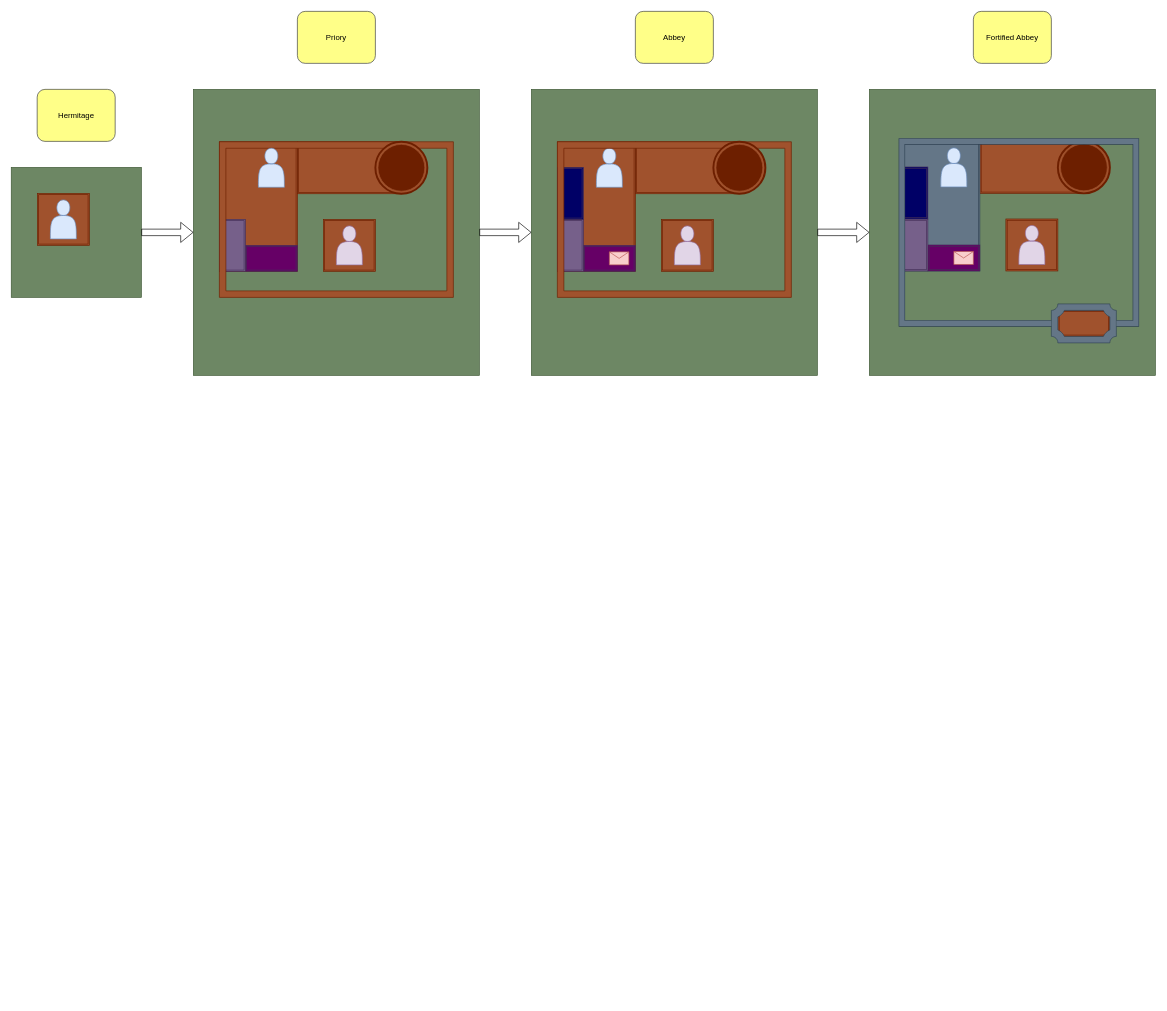
The draw.io diagram page "Monastic" (2 of 5) of manual/castle_design/fortifications.drawio in WiebedeBoer/middle3D, before the edit. Source tidied: cells renumbered, new cells numbered last; positions are measured from the earlier drawing's top-left corner, leaving out a move shared by most shapes. Both pictures are drawn from the tidied source at 65%, with x=0, y=0 at pixel (11, 11).
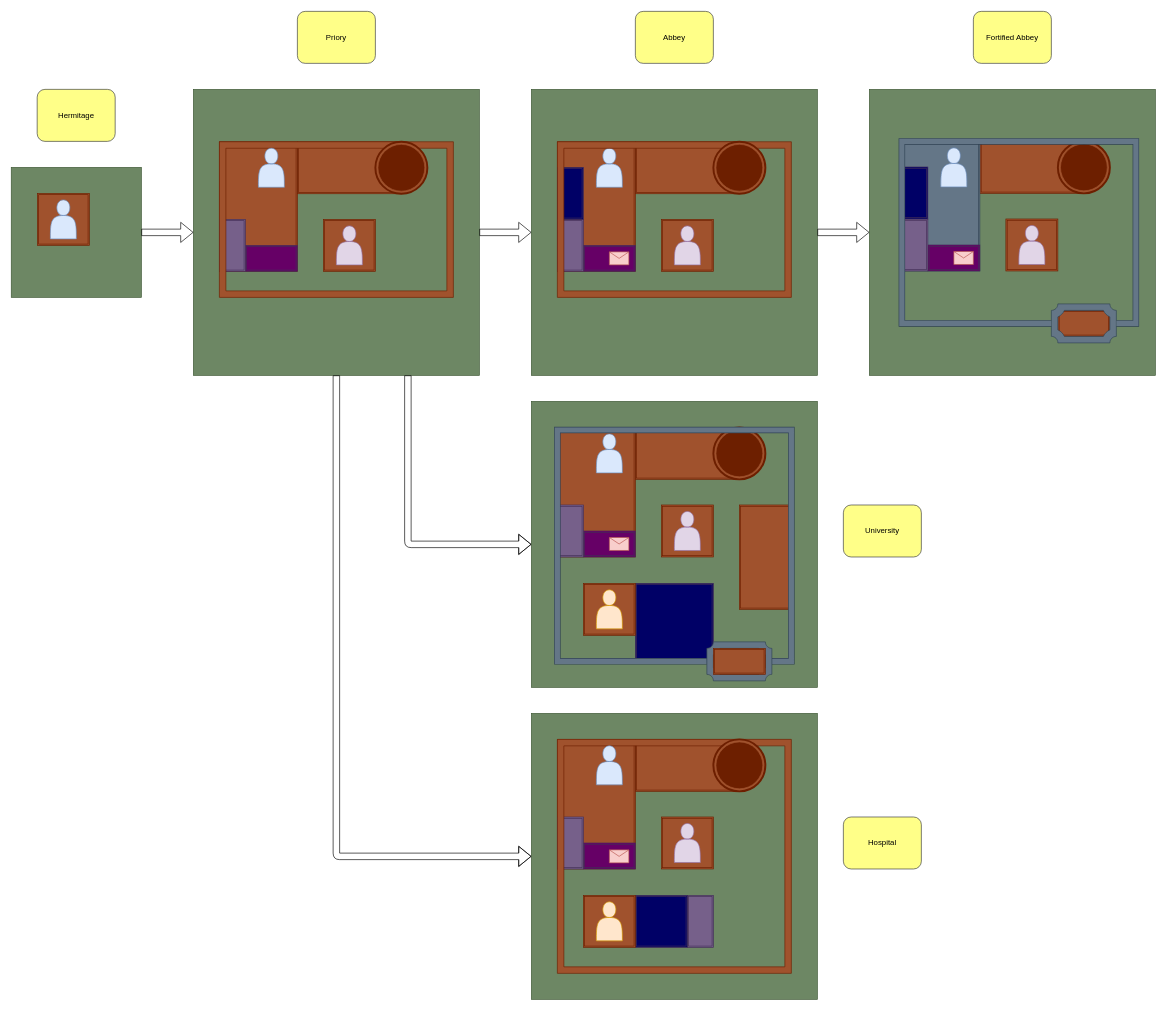
After the change.

The change refers to these unchanged cells:
```xml
<mxCell id="11" style="rounded=0;whiteSpace=wrap;html=1;fillColor=#6d8764;strokeColor=#3A5431;fontColor=#ffffff;" parent="1" vertex="1">
  <mxGeometry x="280" y="120" width="440" height="440" as="geometry" />
</mxCell>
```

Change to the diagram source:
```diff
@@
+    <mxCell id="48" style="rounded=0;whiteSpace=wrap;html=1;fillColor=#6d8764;strokeColor=#3A5431;fontColor=#ffffff;" parent="1" vertex="1">
+      <mxGeometry x="800" y="600" width="440" height="440" as="geometry" />
+    </mxCell>
+    <mxCell id="49" style="shape=ext;double=1;rounded=0;whiteSpace=wrap;html=1;fillColor=#a0522d;strokeColor=#6D1F00;fontColor=#ffffff;" parent="1" vertex="1">
+      <mxGeometry x="1120" y="759.4" width="80" height="160.6" as="geometry" />
+    </mxCell>
+    <mxCell id="50" style="shape=ext;double=1;rounded=0;whiteSpace=wrap;html=1;fillColor=#000066;strokeColor=#432D57;fontColor=#ffffff;" parent="1" vertex="1">
+      <mxGeometry x="960" y="880" width="120" height="120" as="geometry" />
+    </mxCell>
@@
+    <mxCell id="51" style="shape=ext;double=1;rounded=0;whiteSpace=wrap;html=1;fillColor=#a0522d;strokeColor=#6D1F00;fontColor=#ffffff;" parent="1" vertex="1">
+      <mxGeometry x="960" y="640" width="160" height="80" as="geometry" />
+    </mxCell>
+    <mxCell id="52" style="shape=ext;double=1;rounded=0;whiteSpace=wrap;html=1;fillColor=#a0522d;strokeColor=#6D1F00;fontColor=#ffffff;" parent="1" vertex="1">
+      <mxGeometry x="1000" y="759.4" width="80" height="80" as="geometry" />
+    </mxCell>
+    <mxCell id="53" style="shape=ext;double=1;rounded=0;whiteSpace=wrap;html=1;fillColor=#a0522d;strokeColor=#6D1F00;fontColor=#ffffff;" parent="1" vertex="1">
+      <mxGeometry x="840" y="640" width="120" height="199.4" as="geometry" />
+    </mxCell>
+    <mxCell id="54" style="shape=ext;double=1;rounded=0;whiteSpace=wrap;html=1;fillColor=#660066;strokeColor=#432D57;fontColor=#ffffff;" parent="1" vertex="1">
+      <mxGeometry x="880" y="799.4" width="80" height="40" as="geometry" />
+    </mxCell>
+    <mxCell id="55" style="shape=ext;double=1;rounded=0;whiteSpace=wrap;html=1;fillColor=#76608a;strokeColor=#432D57;fontColor=#ffffff;" parent="1" vertex="1">
+      <mxGeometry x="840" y="759.4" width="40" height="80" as="geometry" />
+    </mxCell>
+    <mxCell id="56" style="shape=mxgraph.bpmn.shape;html=1;verticalLabelPosition=bottom;labelBackgroundColor=#ffffff;verticalAlign=top;align=center;perimeter=ellipsePerimeter;outline=end;symbol=terminate;fillColor=#a0522d;strokeColor=#6D1F00;fontColor=#ffffff;" parent="1" vertex="1">
+      <mxGeometry x="1080" y="640" width="80" height="80" as="geometry" />
+    </mxCell>
+    <mxCell id="57" style="shape=actor;whiteSpace=wrap;html=1;fillColor=#dae8fc;strokeColor=#6c8ebf;" parent="1" vertex="1">
+      <mxGeometry x="900" y="650" width="40" height="60" as="geometry" />
+    </mxCell>
+    <mxCell id="58" style="shape=actor;whiteSpace=wrap;html=1;fillColor=#e1d5e7;strokeColor=#9673a6;" parent="1" vertex="1">
+      <mxGeometry x="1020" y="769.4" width="40" height="60" as="geometry" />
+    </mxCell>
+    <mxCell id="59" style="rounded=0;whiteSpace=wrap;html=1;fillColor=#6d8764;strokeColor=#3A5431;fontColor=#ffffff;" parent="1" vertex="1">
+      <mxGeometry x="800" y="1080" width="440" height="440" as="geometry" />
+    </mxCell>
+    <mxCell id="60" style="shape=ext;double=1;rounded=0;whiteSpace=wrap;html=1;fillColor=#a0522d;strokeColor=#6D1F00;fontColor=#ffffff;" parent="1" vertex="1">
+      <mxGeometry x="960" y="1120" width="160" height="80" as="geometry" />
+    </mxCell>
+    <mxCell id="61" style="shape=ext;double=1;rounded=0;whiteSpace=wrap;html=1;fillColor=#a0522d;strokeColor=#6D1F00;fontColor=#ffffff;" parent="1" vertex="1">
+      <mxGeometry x="1000" y="1239.4" width="80" height="80" as="geometry" />
+    </mxCell>
+    <mxCell id="62" style="shape=ext;double=1;rounded=0;whiteSpace=wrap;html=1;fillColor=#a0522d;strokeColor=#6D1F00;fontColor=#ffffff;" parent="1" vertex="1">
+      <mxGeometry x="840" y="1120" width="120" height="199.4" as="geometry" />
+    </mxCell>
+    <mxCell id="63" style="shape=ext;double=1;rounded=0;whiteSpace=wrap;html=1;fillColor=#660066;strokeColor=#432D57;fontColor=#ffffff;" parent="1" vertex="1">
+      <mxGeometry x="880" y="1279.4" width="80" height="40" as="geometry" />
+    </mxCell>
+    <mxCell id="64" style="shape=ext;double=1;rounded=0;whiteSpace=wrap;html=1;fillColor=#76608a;strokeColor=#432D57;fontColor=#ffffff;" parent="1" vertex="1">
+      <mxGeometry x="840" y="1239.4" width="40" height="80" as="geometry" />
+    </mxCell>
+    <mxCell id="65" style="verticalLabelPosition=bottom;verticalAlign=top;html=1;shape=mxgraph.basic.frame;dx=10;fillColor=#a0522d;strokeColor=#6D1F00;fontColor=#ffffff;" parent="1" vertex="1">
+      <mxGeometry x="840" y="1120" width="360" height="360" as="geometry" />
+    </mxCell>
+    <mxCell id="66" style="shape=mxgraph.bpmn.shape;html=1;verticalLabelPosition=bottom;labelBackgroundColor=#ffffff;verticalAlign=top;align=center;perimeter=ellipsePerimeter;outline=end;symbol=terminate;fillColor=#a0522d;strokeColor=#6D1F00;fontColor=#ffffff;" parent="1" vertex="1">
+      <mxGeometry x="1080" y="1120" width="80" height="80" as="geometry" />
+    </mxCell>
+    <mxCell id="67" style="shape=actor;whiteSpace=wrap;html=1;fillColor=#dae8fc;strokeColor=#6c8ebf;" parent="1" vertex="1">
+      <mxGeometry x="900" y="1130" width="40" height="60" as="geometry" />
+    </mxCell>
+    <mxCell id="68" style="shape=actor;whiteSpace=wrap;html=1;fillColor=#e1d5e7;strokeColor=#9673a6;" parent="1" vertex="1">
+      <mxGeometry x="1020" y="1249.4" width="40" height="60" as="geometry" />
+    </mxCell>
+    <mxCell id="69" style="shape=filledEdge;rounded=0;fixDash=1;endArrow=none;strokeWidth=10;fillColor=#647687;edgeStyle=orthogonalEdgeStyle;strokeColor=#314354;entryX=1;entryY=0.5;entryDx=0;entryDy=0;entryPerimeter=0;exitX=0;exitY=0.5;exitDx=0;exitDy=0;exitPerimeter=0;" parent="1" edge="1" source="70" target="70">
+      <mxGeometry relative="1" as="geometry">
+        <Array as="points">
+          <mxPoint x="840" y="1000" />
+          <mxPoint x="840" y="644" />
+          <mxPoint x="1200" y="644" />
+          <mxPoint x="1200" y="1000" />
+        </Array>
+      </mxGeometry>
+    </mxCell>
+    <mxCell id="70" style="verticalLabelPosition=bottom;verticalAlign=top;html=1;shape=mxgraph.basic.plaque_frame;dx=10;fillColor=#647687;strokeColor=#314354;fontColor=#ffffff;shadow=0;" parent="1" vertex="1">
+      <mxGeometry x="1070" y="970" width="100" height="60" as="geometry" />
+    </mxCell>
+    <mxCell id="71" style="shape=ext;double=1;rounded=0;whiteSpace=wrap;html=1;fillColor=#a0522d;strokeColor=#6D1F00;fontColor=#ffffff;" parent="1" vertex="1">
+      <mxGeometry x="1080" y="980" width="80" height="40" as="geometry" />
+    </mxCell>
+    <mxCell id="72" style="shape=ext;double=1;rounded=0;whiteSpace=wrap;html=1;fillColor=#76608a;strokeColor=#432D57;fontColor=#ffffff;" parent="1" vertex="1">
+      <mxGeometry x="1040" y="1360" width="40" height="80" as="geometry" />
+    </mxCell>
+    <mxCell id="73" style="shape=ext;double=1;rounded=0;whiteSpace=wrap;html=1;fillColor=#000066;strokeColor=#432D57;fontColor=#ffffff;" parent="1" vertex="1">
+      <mxGeometry x="960" y="1360" width="80" height="80" as="geometry" />
+    </mxCell>
+    <mxCell id="74" style="shape=ext;double=1;rounded=0;whiteSpace=wrap;html=1;fillColor=#a0522d;strokeColor=#6D1F00;fontColor=#ffffff;" parent="1" vertex="1">
+      <mxGeometry x="880" y="1360" width="80" height="80" as="geometry" />
+    </mxCell>
+    <mxCell id="75" style="shape=ext;double=1;rounded=0;whiteSpace=wrap;html=1;fillColor=#a0522d;strokeColor=#6D1F00;fontColor=#ffffff;" parent="1" vertex="1">
+      <mxGeometry x="880" y="880" width="80" height="80" as="geometry" />
+    </mxCell>
+    <mxCell id="76" value="University" style="rounded=1;whiteSpace=wrap;html=1;shadow=0;fillColor=#ffff88;strokeColor=#36393d;" parent="1" vertex="1">
+      <mxGeometry x="1280" y="759.4" width="120" height="80" as="geometry" />
+    </mxCell>
+    <mxCell id="77" value="Hospital" style="rounded=1;whiteSpace=wrap;html=1;shadow=0;fillColor=#ffff88;strokeColor=#36393d;" parent="1" vertex="1">
+      <mxGeometry x="1280" y="1239.4" width="120" height="80" as="geometry" />
+    </mxCell>
+    <mxCell id="78" style="shape=flexArrow;endArrow=classic;html=1;entryX=0;entryY=0.5;entryDx=0;entryDy=0;exitX=0.75;exitY=1;exitDx=0;exitDy=0;" parent="1" edge="1" source="11" target="48">
+      <mxGeometry relative="1" as="geometry">
+        <Array as="points">
+          <mxPoint x="610" y="820" />
+        </Array>
+      </mxGeometry>
+    </mxCell>
+    <mxCell id="79" style="shape=flexArrow;endArrow=classic;html=1;entryX=0;entryY=0.5;entryDx=0;entryDy=0;exitX=0.5;exitY=1;exitDx=0;exitDy=0;" parent="1" edge="1" source="11" target="59">
+      <mxGeometry relative="1" as="geometry">
+        <Array as="points">
+          <mxPoint x="500" y="1300" />
+        </Array>
+      </mxGeometry>
+    </mxCell>
+    <mxCell id="80" style="shape=actor;whiteSpace=wrap;html=1;fillColor=#ffe6cc;strokeColor=#d79b00;" parent="1" vertex="1">
+      <mxGeometry x="900" y="890" width="40" height="60" as="geometry" />
+    </mxCell>
+    <mxCell id="81" style="shape=actor;whiteSpace=wrap;html=1;fillColor=#ffe6cc;strokeColor=#d79b00;" parent="1" vertex="1">
+      <mxGeometry x="900" y="1370" width="40" height="60" as="geometry" />
+    </mxCell>
+    <mxCell id="82" style="shape=message;whiteSpace=wrap;html=1;fillColor=#f8cecc;strokeColor=#b85450;" parent="1" vertex="1">
+      <mxGeometry x="920" y="809.4" width="30" height="20" as="geometry" />
+    </mxCell>
+    <mxCell id="83" style="shape=message;whiteSpace=wrap;html=1;fillColor=#f8cecc;strokeColor=#b85450;" parent="1" vertex="1">
+      <mxGeometry x="920" y="1290" width="30" height="20" as="geometry" />
+    </mxCell>
```
